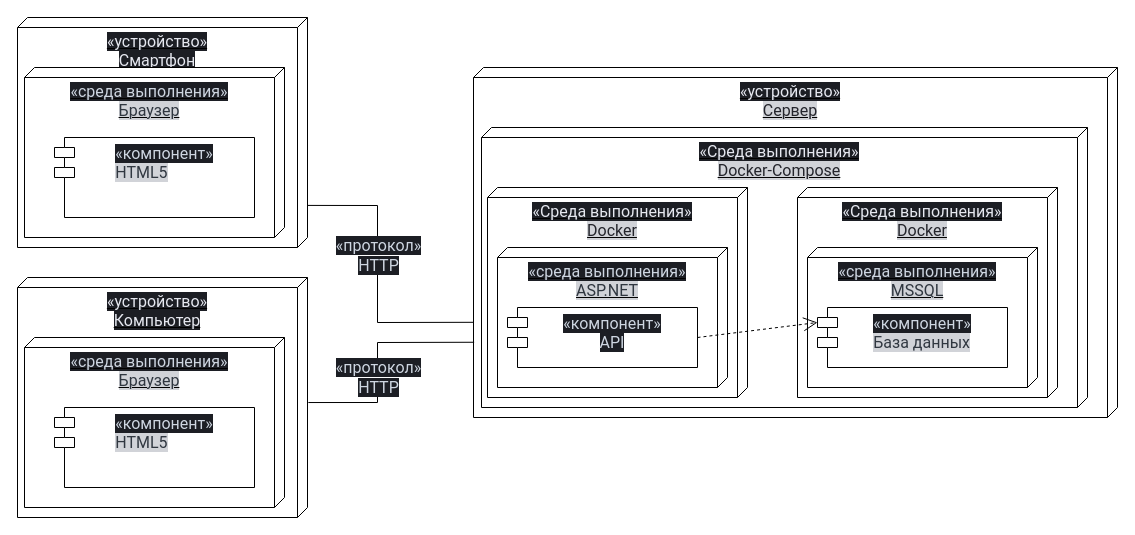
This is Документация/Диаграмма_Развёртывания_Системы.drawio from MoIceo/Kursovyha, a draw.io file, before an edit. Source tidied: cells renumbered, new cells numbered last; positions are measured from the earlier drawing's top-left corner, leaving out a move shared by most shapes. Both pictures are drawn from the tidied source at 100%, with x=0, y=0 at pixel (17, 17).
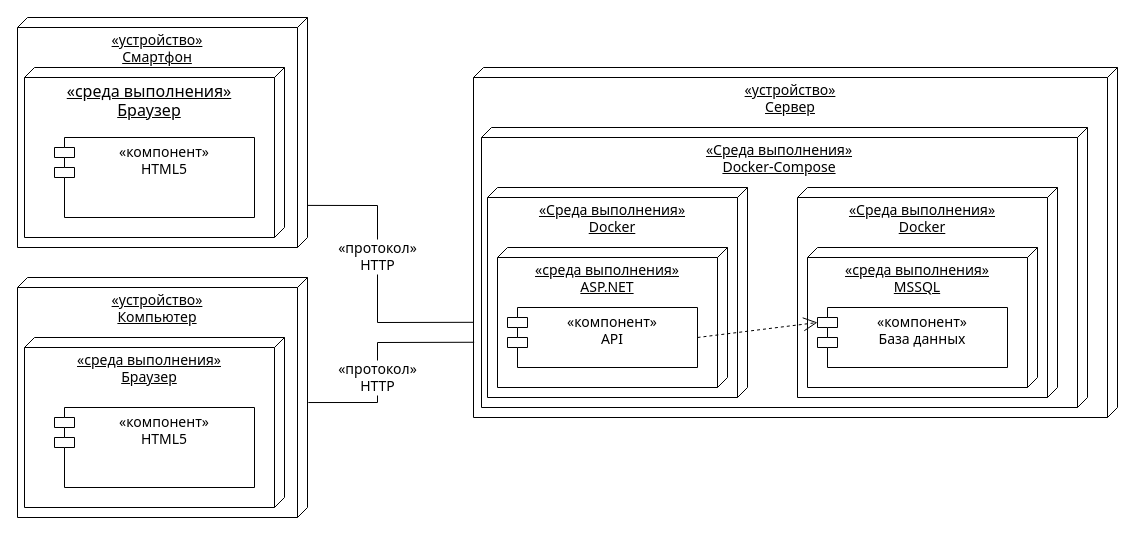
Above is the later version.

Change to the diagram source:
```diff
@@
-    <mxCell id="2" value="&lt;span style=&quot;color: rgb(230, 232, 240); font-family: &amp;quot;Google Sans&amp;quot;, Roboto, Arial, sans-serif; font-size: 16px; background-color: rgb(28, 30, 36);&quot;&gt;«устройство&lt;/span&gt;&lt;span style=&quot;color: rgb(230, 232, 240); font-family: &amp;quot;Google Sans&amp;quot;, Roboto, Arial, sans-serif; font-size: 16px; background-color: rgb(28, 30, 36);&quot;&gt;»&lt;/span&gt;&lt;div&gt;&lt;span style=&quot;color: rgb(230, 232, 240); font-family: &amp;quot;Google Sans&amp;quot;, Roboto, Arial, sans-serif; font-size: 16px; background-color: rgb(28, 30, 36);&quot;&gt;Смартфон&lt;/span&gt;&lt;/div&gt;" style="verticalAlign=top;align=center;spacingTop=8;spacingLeft=2;spacingRight=12;shape=cube;size=10;direction=south;fontStyle=4;html=1;whiteSpace=wrap;" parent="1" vertex="1">
-      <mxGeometry width="290" height="230" as="geometry" />
-    </mxCell>
-    <mxCell id="3" value="&lt;span style=&quot;color: rgb(206, 214, 225); font-family: &amp;quot;Google Sans&amp;quot;, Roboto, Arial, sans-serif; font-size: 16px; background-color: rgb(28, 30, 36);&quot;&gt;«среда выполнения»&lt;/span&gt;&lt;div&gt;&lt;font color=&quot;#303740&quot; face=&quot;Google Sans, Roboto, Arial, sans-serif&quot;&gt;&lt;span style=&quot;font-size: 16px; background-color: rgb(209, 211, 216);&quot;&gt;Браузер&lt;/span&gt;&lt;/font&gt;&lt;/div&gt;&lt;div&gt;&lt;br&gt;&lt;/div&gt;" style="verticalAlign=top;align=center;spacingTop=8;spacingLeft=2;spacingRight=12;shape=cube;size=10;direction=south;fontStyle=4;html=1;whiteSpace=wrap;" parent="1" vertex="1">
-      <mxGeometry x="7" y="50" width="260" height="170" as="geometry" />
-    </mxCell>
-    <mxCell id="4" value="&lt;span style=&quot;color: rgb(206, 214, 225); font-family: &amp;quot;Google Sans&amp;quot;, Roboto, Arial, sans-serif; font-size: 16px; text-align: start; background-color: rgb(28, 30, 36);&quot;&gt;«компонент»&lt;/span&gt;&lt;div style=&quot;text-align: start;&quot;&gt;&lt;font color=&quot;#303740&quot; face=&quot;Google Sans, Roboto, Arial, sans-serif&quot;&gt;&lt;span style=&quot;font-size: 16px; background-color: rgb(209, 211, 216);&quot;&gt;HTML5&lt;/span&gt;&lt;/font&gt;&lt;/div&gt;" style="shape=module;align=left;spacingLeft=20;align=center;verticalAlign=top;whiteSpace=wrap;html=1;" parent="1" vertex="1">
-      <mxGeometry x="37" y="120" width="200" height="80" as="geometry" />
-    </mxCell>
-    <mxCell id="5" value="&lt;span style=&quot;color: rgb(230, 232, 240); font-family: &amp;quot;Google Sans&amp;quot;, Roboto, Arial, sans-serif; font-size: 16px; background-color: rgb(28, 30, 36);&quot;&gt;«устройство&lt;/span&gt;&lt;span style=&quot;color: rgb(230, 232, 240); font-family: &amp;quot;Google Sans&amp;quot;, Roboto, Arial, sans-serif; font-size: 16px; background-color: rgb(28, 30, 36);&quot;&gt;»&lt;/span&gt;&lt;div&gt;&lt;font color=&quot;#24252c&quot; face=&quot;Google Sans, Roboto, Arial, sans-serif&quot;&gt;&lt;span style=&quot;font-size: 16px; background-color: rgb(209, 211, 216);&quot;&gt;Сервер&lt;/span&gt;&lt;/font&gt;&lt;/div&gt;" style="verticalAlign=top;align=center;spacingTop=8;spacingLeft=2;spacingRight=12;shape=cube;size=10;direction=south;fontStyle=4;html=1;whiteSpace=wrap;" parent="1" vertex="1">
-      <mxGeometry x="456" y="50" width="644" height="350" as="geometry" />
-    </mxCell>
-    <mxCell id="6" style="endArrow=none;endFill=0;endSize=12;html=1;rounded=0;entryX=0.728;entryY=1;entryDx=0;entryDy=0;entryPerimeter=0;exitX=0.817;exitY=0;exitDx=0;exitDy=0;exitPerimeter=0;" parent="1" edge="1" source="2" target="5">
-      <mxGeometry relative="1" as="geometry">
-        <Array as="points">
-          <mxPoint x="360" y="188" />
-          <mxPoint x="360" y="305" />
-        </Array>
-      </mxGeometry>
-    </mxCell>
-    <mxCell id="7" value="&lt;span style=&quot;color: rgb(206, 214, 225); font-family: &amp;quot;Google Sans&amp;quot;, Roboto, Arial, sans-serif; font-size: 16px; text-align: start; text-wrap-mode: wrap; background-color: rgb(28, 30, 36);&quot;&gt;«протокол»&lt;/span&gt;&lt;div&gt;&lt;span style=&quot;color: rgb(206, 214, 225); font-family: &amp;quot;Google Sans&amp;quot;, Roboto, Arial, sans-serif; font-size: 16px; text-align: start; text-wrap-mode: wrap; background-color: rgb(28, 30, 36);&quot;&gt;HTTP&lt;/span&gt;&lt;/div&gt;" style="edgeLabel;html=1;align=center;verticalAlign=middle;" parent="6" vertex="1">
-      <mxGeometry x="-0.35" y="2" relative="1" as="geometry">
-        <mxPoint x="-2" y="28" as="offset" />
-      </mxGeometry>
-    </mxCell>
-    <mxCell id="8" value="&lt;span style=&quot;color: rgb(230, 232, 240); font-family: &amp;quot;Google Sans&amp;quot;, Roboto, Arial, sans-serif; font-size: 16px; background-color: rgb(28, 30, 36);&quot;&gt;«устройство&lt;/span&gt;&lt;span style=&quot;color: rgb(230, 232, 240); font-family: &amp;quot;Google Sans&amp;quot;, Roboto, Arial, sans-serif; font-size: 16px; background-color: rgb(28, 30, 36);&quot;&gt;»&lt;/span&gt;&lt;div&gt;&lt;span style=&quot;color: rgb(230, 232, 240); font-family: &amp;quot;Google Sans&amp;quot;, Roboto, Arial, sans-serif; font-size: 16px; background-color: rgb(28, 30, 36);&quot;&gt;Компьютер&lt;/span&gt;&lt;/div&gt;" style="verticalAlign=top;align=center;spacingTop=8;spacingLeft=2;spacingRight=12;shape=cube;size=10;direction=south;fontStyle=4;html=1;whiteSpace=wrap;" parent="1" vertex="1">
-      <mxGeometry y="260" width="290" height="240" as="geometry" />
-    </mxCell>
-    <mxCell id="9" value="&lt;span style=&quot;color: rgb(206, 214, 225); font-family: &amp;quot;Google Sans&amp;quot;, Roboto, Arial, sans-serif; font-size: 16px; background-color: rgb(28, 30, 36);&quot;&gt;«среда выполнения»&lt;/span&gt;&lt;div&gt;&lt;font color=&quot;#303740&quot; face=&quot;Google Sans, Roboto, Arial, sans-serif&quot;&gt;&lt;span style=&quot;font-size: 16px; background-color: rgb(209, 211, 216);&quot;&gt;Браузер&lt;/span&gt;&lt;/font&gt;&lt;/div&gt;&lt;div&gt;&lt;br&gt;&lt;/div&gt;" style="verticalAlign=top;align=center;spacingTop=8;spacingLeft=2;spacingRight=12;shape=cube;size=10;direction=south;fontStyle=4;html=1;whiteSpace=wrap;" parent="1" vertex="1">
-      <mxGeometry x="7" y="320" width="260" height="170" as="geometry" />
-    </mxCell>
-    <mxCell id="10" value="&lt;span style=&quot;color: rgb(206, 214, 225); font-family: &amp;quot;Google Sans&amp;quot;, Roboto, Arial, sans-serif; font-size: 16px; text-align: start; background-color: rgb(28, 30, 36);&quot;&gt;«компонент»&lt;/span&gt;&lt;div style=&quot;text-align: start;&quot;&gt;&lt;font color=&quot;#303740&quot; face=&quot;Google Sans, Roboto, Arial, sans-serif&quot;&gt;&lt;span style=&quot;font-size: 16px; background-color: rgb(209, 211, 216);&quot;&gt;HTML5&lt;/span&gt;&lt;/font&gt;&lt;/div&gt;" style="shape=module;align=left;spacingLeft=20;align=center;verticalAlign=top;whiteSpace=wrap;html=1;" parent="1" vertex="1">
-      <mxGeometry x="37" y="390" width="200" height="80" as="geometry" />
-    </mxCell>
-    <mxCell id="11" style="endArrow=none;endFill=0;endSize=12;html=1;rounded=0;exitX=0.521;exitY=-0.003;exitDx=0;exitDy=0;exitPerimeter=0;entryX=0.785;entryY=0.999;entryDx=0;entryDy=0;entryPerimeter=0;" parent="1" edge="1" source="8" target="5">
-      <mxGeometry relative="1" as="geometry">
-        <Array as="points">
-          <mxPoint x="360" y="385" />
-          <mxPoint x="360" y="325" />
-        </Array>
-      </mxGeometry>
-    </mxCell>
-    <mxCell id="12" value="&lt;span style=&quot;color: rgb(206, 214, 225); font-family: &amp;quot;Google Sans&amp;quot;, Roboto, Arial, sans-serif; font-size: 16px; text-align: start; text-wrap-mode: wrap; background-color: rgb(28, 30, 36);&quot;&gt;«протокол»&lt;/span&gt;&lt;div&gt;&lt;span style=&quot;color: rgb(206, 214, 225); font-family: &amp;quot;Google Sans&amp;quot;, Roboto, Arial, sans-serif; font-size: 16px; text-align: start; text-wrap-mode: wrap; background-color: rgb(28, 30, 36);&quot;&gt;HTTP&lt;/span&gt;&lt;/div&gt;" style="edgeLabel;html=1;align=center;verticalAlign=middle;" parent="11" vertex="1">
-      <mxGeometry x="-0.35" y="2" relative="1" as="geometry">
-        <mxPoint x="2" y="-22" as="offset" />
-      </mxGeometry>
-    </mxCell>
-    <mxCell id="13" value="&lt;span style=&quot;color: rgb(230, 232, 240); font-family: &amp;quot;Google Sans&amp;quot;, Roboto, Arial, sans-serif; font-size: 16px; background-color: rgb(28, 30, 36);&quot;&gt;«Среда выполнения&lt;/span&gt;&lt;span style=&quot;color: rgb(230, 232, 240); font-family: &amp;quot;Google Sans&amp;quot;, Roboto, Arial, sans-serif; font-size: 16px; background-color: rgb(28, 30, 36);&quot;&gt;»&lt;/span&gt;&lt;div&gt;&lt;font color=&quot;#24252c&quot; face=&quot;Google Sans, Roboto, Arial, sans-serif&quot;&gt;&lt;span style=&quot;font-size: 16px; background-color: rgb(209, 211, 216);&quot;&gt;Docker-Compose&lt;/span&gt;&lt;/font&gt;&lt;/div&gt;" style="verticalAlign=top;align=center;spacingTop=8;spacingLeft=2;spacingRight=12;shape=cube;size=10;direction=south;fontStyle=4;html=1;whiteSpace=wrap;" parent="1" vertex="1">
-      <mxGeometry x="464" y="110" width="606" height="280" as="geometry" />
-    </mxCell>
-    <mxCell id="14" value="&lt;span style=&quot;color: rgb(230, 232, 240); font-family: &amp;quot;Google Sans&amp;quot;, Roboto, Arial, sans-serif; font-size: 16px; background-color: rgb(28, 30, 36);&quot;&gt;«Среда выполнения&lt;/span&gt;&lt;span style=&quot;color: rgb(230, 232, 240); font-family: &amp;quot;Google Sans&amp;quot;, Roboto, Arial, sans-serif; font-size: 16px; background-color: rgb(28, 30, 36);&quot;&gt;»&lt;/span&gt;&lt;div&gt;&lt;font color=&quot;#24252c&quot; face=&quot;Google Sans, Roboto, Arial, sans-serif&quot;&gt;&lt;span style=&quot;font-size: 16px; background-color: rgb(209, 211, 216);&quot;&gt;Docker&lt;/span&gt;&lt;/font&gt;&lt;/div&gt;" style="verticalAlign=top;align=center;spacingTop=8;spacingLeft=2;spacingRight=12;shape=cube;size=10;direction=south;fontStyle=4;html=1;whiteSpace=wrap;" parent="1" vertex="1">
-      <mxGeometry x="470" y="170" width="260" height="210" as="geometry" />
-    </mxCell>
+    <mxCell id="21" value="«устройство»&#10;Смартфон" style="verticalAlign=top;align=center;spacingTop=8;spacingLeft=2;spacingRight=12;shape=cube;size=10;direction=south;fontStyle=4;whiteSpace=wrap;fillColor=default;gradientColor=none;fontColor=default;textShadow=0;fontFamily=Tahoma;fontSize=14;" parent="1" vertex="1">
+      <mxGeometry width="290" height="230" as="geometry" />
+    </mxCell>
+    <mxCell id="22" value="«среда выполнения»&#10;Браузер&#10;&#10;" style="verticalAlign=top;align=center;spacingTop=8;spacingLeft=2;spacingRight=12;shape=cube;size=10;direction=south;fontStyle=4;whiteSpace=wrap;fontFamily=Tahoma;fontSize=16;" parent="1" vertex="1">
+      <mxGeometry x="7" y="50" width="260" height="170" as="geometry" />
+    </mxCell>
+    <mxCell id="23" value="«компонент»&lt;br&gt;HTML5" style="shape=module;align=left;spacingLeft=20;align=center;verticalAlign=top;whiteSpace=wrap;html=1;convertToSvg=0;fontSize=14;fontFamily=Tahoma;" parent="1" vertex="1">
+      <mxGeometry x="37" y="120" width="200" height="80" as="geometry" />
+    </mxCell>
+    <mxCell id="24" value="«устройство»&#10;Сервер" style="verticalAlign=top;align=center;spacingTop=8;spacingLeft=2;spacingRight=12;shape=cube;size=10;direction=south;fontStyle=4;whiteSpace=wrap;fontFamily=Tahoma;fontSize=14;" parent="1" vertex="1">
+      <mxGeometry x="456" y="50" width="644" height="350" as="geometry" />
+    </mxCell>
+    <mxCell id="25" style="endArrow=none;endFill=0;endSize=12;html=1;rounded=0;entryX=0.728;entryY=1;entryDx=0;entryDy=0;entryPerimeter=0;exitX=0.817;exitY=0;exitDx=0;exitDy=0;exitPerimeter=0;" parent="1" edge="1" source="21" target="24">
+      <mxGeometry relative="1" as="geometry">
+        <Array as="points">
+          <mxPoint x="360" y="188" />
+          <mxPoint x="360" y="305" />
+        </Array>
+      </mxGeometry>
+    </mxCell>
+    <mxCell id="26" value="«протокол»&#10;HTTP" style="edgeLabel;align=center;verticalAlign=middle;fontFamily=Tahoma;fontSize=14;" parent="25" vertex="1">
+      <mxGeometry x="-0.35" y="2" relative="1" as="geometry">
+        <mxPoint x="-2" y="28" as="offset" />
+      </mxGeometry>
+    </mxCell>
+    <mxCell id="27" value="«устройство»&#10;Компьютер" style="verticalAlign=top;align=center;spacingTop=8;spacingLeft=2;spacingRight=12;shape=cube;size=10;direction=south;fontStyle=4;whiteSpace=wrap;fontFamily=Tahoma;fontSize=14;" parent="1" vertex="1">
+      <mxGeometry y="260" width="290" height="240" as="geometry" />
+    </mxCell>
+    <mxCell id="28" value="«среда выполнения»&lt;br&gt;Браузер&lt;br&gt;&lt;br&gt;" style="verticalAlign=top;align=center;spacingTop=8;spacingLeft=2;spacingRight=12;shape=cube;size=10;direction=south;fontStyle=4;whiteSpace=wrap;html=1;fontFamily=Tahoma;fontSize=14;" parent="1" vertex="1">
+      <mxGeometry x="7" y="320" width="260" height="170" as="geometry" />
+    </mxCell>
+    <mxCell id="29" value="«компонент»&lt;br&gt;HTML5" style="shape=module;align=left;spacingLeft=20;align=center;verticalAlign=top;whiteSpace=wrap;html=1;fontFamily=Tahoma;fontSize=14;" parent="1" vertex="1">
+      <mxGeometry x="37" y="390" width="200" height="80" as="geometry" />
+    </mxCell>
+    <mxCell id="30" style="endArrow=none;endFill=0;endSize=12;html=1;rounded=0;exitX=0.521;exitY=-0.003;exitDx=0;exitDy=0;exitPerimeter=0;entryX=0.785;entryY=0.999;entryDx=0;entryDy=0;entryPerimeter=0;" parent="1" edge="1" source="27" target="24">
+      <mxGeometry relative="1" as="geometry">
+        <Array as="points">
+          <mxPoint x="360" y="385" />
+          <mxPoint x="360" y="325" />
+        </Array>
+      </mxGeometry>
+    </mxCell>
+    <mxCell id="31" value="«протокол»&#10;HTTP" style="edgeLabel;align=center;verticalAlign=middle;fontFamily=Tahoma;fontSize=14;" parent="30" vertex="1">
+      <mxGeometry x="-0.35" y="2" relative="1" as="geometry">
+        <mxPoint x="2" y="-22" as="offset" />
+      </mxGeometry>
+    </mxCell>
+    <mxCell id="32" value="«Среда выполнения»&#10;Docker-Compose" style="verticalAlign=top;align=center;spacingTop=8;spacingLeft=2;spacingRight=12;shape=cube;size=10;direction=south;fontStyle=4;whiteSpace=wrap;fontFamily=Tahoma;fontSize=14;" parent="1" vertex="1">
+      <mxGeometry x="464" y="110" width="606" height="280" as="geometry" />
+    </mxCell>
+    <mxCell id="33" value="«Среда выполнения»&#10;Docker" style="verticalAlign=top;align=center;spacingTop=8;spacingLeft=2;spacingRight=12;shape=cube;size=10;direction=south;fontStyle=4;whiteSpace=wrap;fontFamily=Tahoma;fontSize=14;" parent="1" vertex="1">
+      <mxGeometry x="470" y="170" width="260" height="210" as="geometry" />
+    </mxCell>
-    <mxCell id="15" value="&lt;span style=&quot;color: rgb(206, 214, 225); font-family: &amp;quot;Google Sans&amp;quot;, Roboto, Arial, sans-serif; font-size: 16px; background-color: rgb(28, 30, 36);&quot;&gt;«среда выполнения»&lt;/span&gt;&lt;div&gt;&lt;font color=&quot;#303740&quot; face=&quot;Google Sans, Roboto, Arial, sans-serif&quot;&gt;&lt;span style=&quot;font-size: 16px; background-color: rgb(209, 211, 216);&quot;&gt;ASP.NET&lt;/span&gt;&lt;/font&gt;&lt;/div&gt;&lt;div&gt;&lt;br&gt;&lt;/div&gt;" style="verticalAlign=top;align=center;spacingTop=8;spacingLeft=2;spacingRight=12;shape=cube;size=10;direction=south;fontStyle=4;html=1;whiteSpace=wrap;" parent="1" vertex="1">
+    <mxCell id="15" value="«среда выполнения»&#10;ASP.NET&#10;&#10;" style="verticalAlign=top;align=center;spacingTop=8;spacingLeft=2;spacingRight=12;shape=cube;size=10;direction=south;fontStyle=4;whiteSpace=wrap;fontFamily=Tahoma;fontSize=14;" parent="1" vertex="1">
       <mxGeometry x="480" y="230" width="230" height="140" as="geometry" />
     </mxCell>
-    <mxCell id="16" value="&lt;span style=&quot;color: rgb(206, 214, 225); font-family: &amp;quot;Google Sans&amp;quot;, Roboto, Arial, sans-serif; font-size: 16px; text-align: start; background-color: rgb(28, 30, 36);&quot;&gt;«компонент»&lt;/span&gt;&lt;div&gt;&lt;span style=&quot;color: rgb(206, 214, 225); font-family: &amp;quot;Google Sans&amp;quot;, Roboto, Arial, sans-serif; font-size: 16px; text-align: start; background-color: rgb(28, 30, 36);&quot;&gt;API&lt;/span&gt;&lt;/div&gt;" style="shape=module;align=left;spacingLeft=20;align=center;verticalAlign=top;whiteSpace=wrap;html=1;" parent="1" vertex="1">
+    <mxCell id="16" value="«компонент»&#10;API" style="shape=module;align=left;spacingLeft=20;align=center;verticalAlign=top;whiteSpace=wrap;fontFamily=Tahoma;fontSize=14;" parent="1" vertex="1">
       <mxGeometry x="490" y="290" width="190" height="60" as="geometry" />
     </mxCell>
-    <mxCell id="17" value="&lt;span style=&quot;color: rgb(230, 232, 240); font-family: &amp;quot;Google Sans&amp;quot;, Roboto, Arial, sans-serif; font-size: 16px; background-color: rgb(28, 30, 36);&quot;&gt;«Среда выполнения&lt;/span&gt;&lt;span style=&quot;color: rgb(230, 232, 240); font-family: &amp;quot;Google Sans&amp;quot;, Roboto, Arial, sans-serif; font-size: 16px; background-color: rgb(28, 30, 36);&quot;&gt;»&lt;/span&gt;&lt;div&gt;&lt;font color=&quot;#24252c&quot; face=&quot;Google Sans, Roboto, Arial, sans-serif&quot;&gt;&lt;span style=&quot;font-size: 16px; background-color: rgb(209, 211, 216);&quot;&gt;Docker&lt;/span&gt;&lt;/font&gt;&lt;/div&gt;" style="verticalAlign=top;align=center;spacingTop=8;spacingLeft=2;spacingRight=12;shape=cube;size=10;direction=south;fontStyle=4;html=1;whiteSpace=wrap;" parent="1" vertex="1">
-      <mxGeometry x="780" y="170" width="260" height="210" as="geometry" />
-    </mxCell>
+    <mxCell id="34" value="«Среда выполнения»&#10;Docker" style="verticalAlign=top;align=center;spacingTop=8;spacingLeft=2;spacingRight=12;shape=cube;size=10;direction=south;fontStyle=4;whiteSpace=wrap;fontFamily=Tahoma;fontSize=14;" parent="1" vertex="1">
+      <mxGeometry x="780" y="170" width="260" height="210" as="geometry" />
+    </mxCell>
-    <mxCell id="18" value="&lt;span style=&quot;color: rgb(206, 214, 225); font-family: &amp;quot;Google Sans&amp;quot;, Roboto, Arial, sans-serif; font-size: 16px; background-color: rgb(28, 30, 36);&quot;&gt;«среда выполнения»&lt;/span&gt;&lt;div&gt;&lt;font color=&quot;#303740&quot; face=&quot;Google Sans, Roboto, Arial, sans-serif&quot;&gt;&lt;span style=&quot;font-size: 16px; background-color: rgb(209, 211, 216);&quot;&gt;MSSQL&lt;/span&gt;&lt;/font&gt;&lt;/div&gt;&lt;div&gt;&lt;br&gt;&lt;/div&gt;" style="verticalAlign=top;align=center;spacingTop=8;spacingLeft=2;spacingRight=12;shape=cube;size=10;direction=south;fontStyle=4;html=1;whiteSpace=wrap;" parent="1" vertex="1">
+    <mxCell id="18" value="«среда выполнения»&#10;MSSQL&#10;&#10;" style="verticalAlign=top;align=center;spacingTop=8;spacingLeft=2;spacingRight=12;shape=cube;size=10;direction=south;fontStyle=4;whiteSpace=wrap;fontFamily=Tahoma;fontSize=14;" parent="1" vertex="1">
       <mxGeometry x="790" y="230" width="230" height="140" as="geometry" />
     </mxCell>
-    <mxCell id="19" value="&lt;span style=&quot;color: rgb(206, 214, 225); font-family: &amp;quot;Google Sans&amp;quot;, Roboto, Arial, sans-serif; font-size: 16px; text-align: start; background-color: rgb(28, 30, 36);&quot;&gt;«компонент»&lt;/span&gt;&lt;div style=&quot;text-align: start;&quot;&gt;&lt;font color=&quot;#303740&quot; face=&quot;Google Sans, Roboto, Arial, sans-serif&quot;&gt;&lt;span style=&quot;font-size: 16px; background-color: rgb(209, 211, 216);&quot;&gt;База данных&lt;/span&gt;&lt;/font&gt;&lt;/div&gt;" style="shape=module;align=left;spacingLeft=20;align=center;verticalAlign=top;whiteSpace=wrap;html=1;" parent="1" vertex="1">
+    <mxCell id="19" value="«компонент»&#10;База данных" style="shape=module;align=left;spacingLeft=20;align=center;verticalAlign=top;whiteSpace=wrap;fontFamily=Tahoma;fontSize=14;" parent="1" vertex="1">
       <mxGeometry x="800" y="290" width="190" height="60" as="geometry" />
     </mxCell>
```
